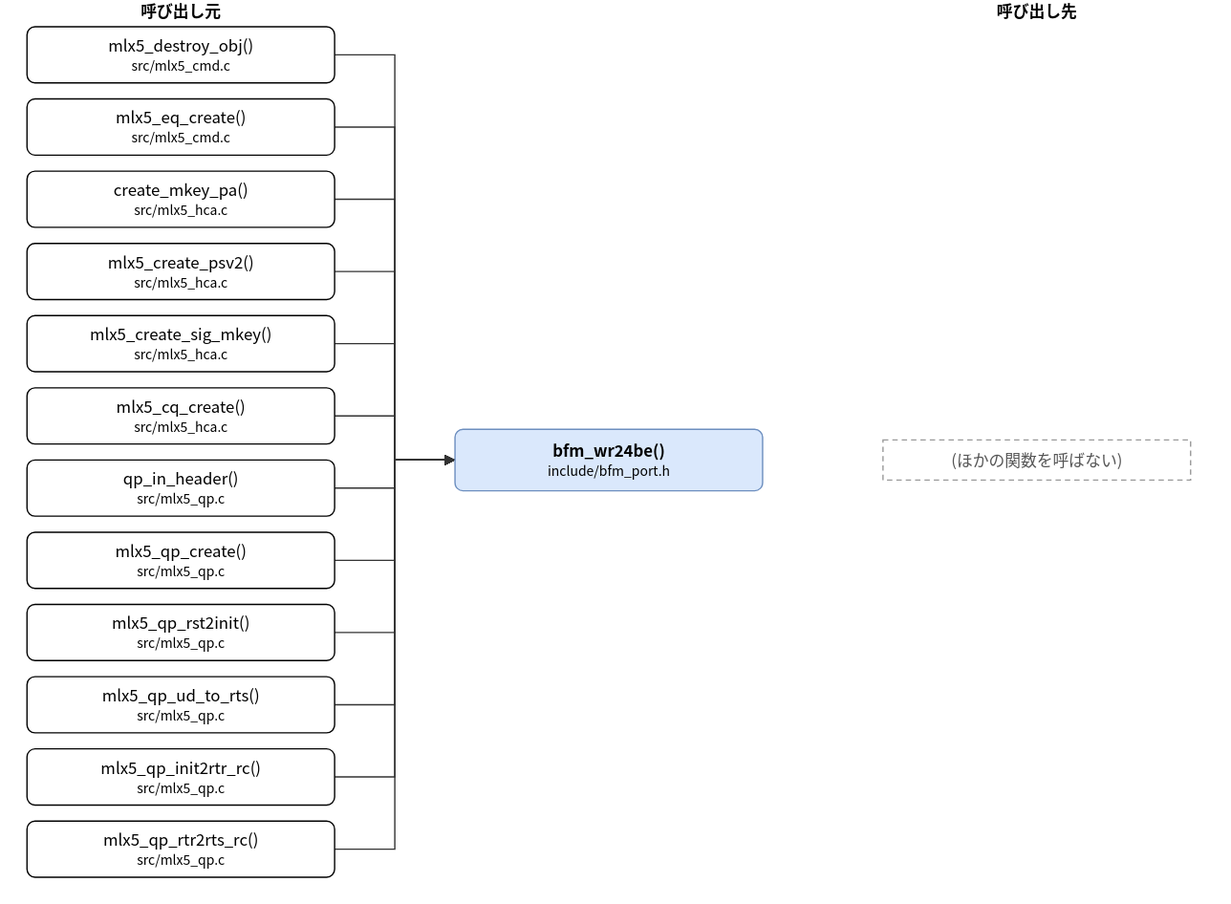
The draw.io diagram doc/spec/images/call_include_bfm_port-bfm_wr24be.drawio.svg in hf355051012-ai/bfmem, before a commit. Source tidied: cells renumbered, new cells last; positions are measured from the earlier drawing's top-left corner, leaving out a move shared by most shapes.
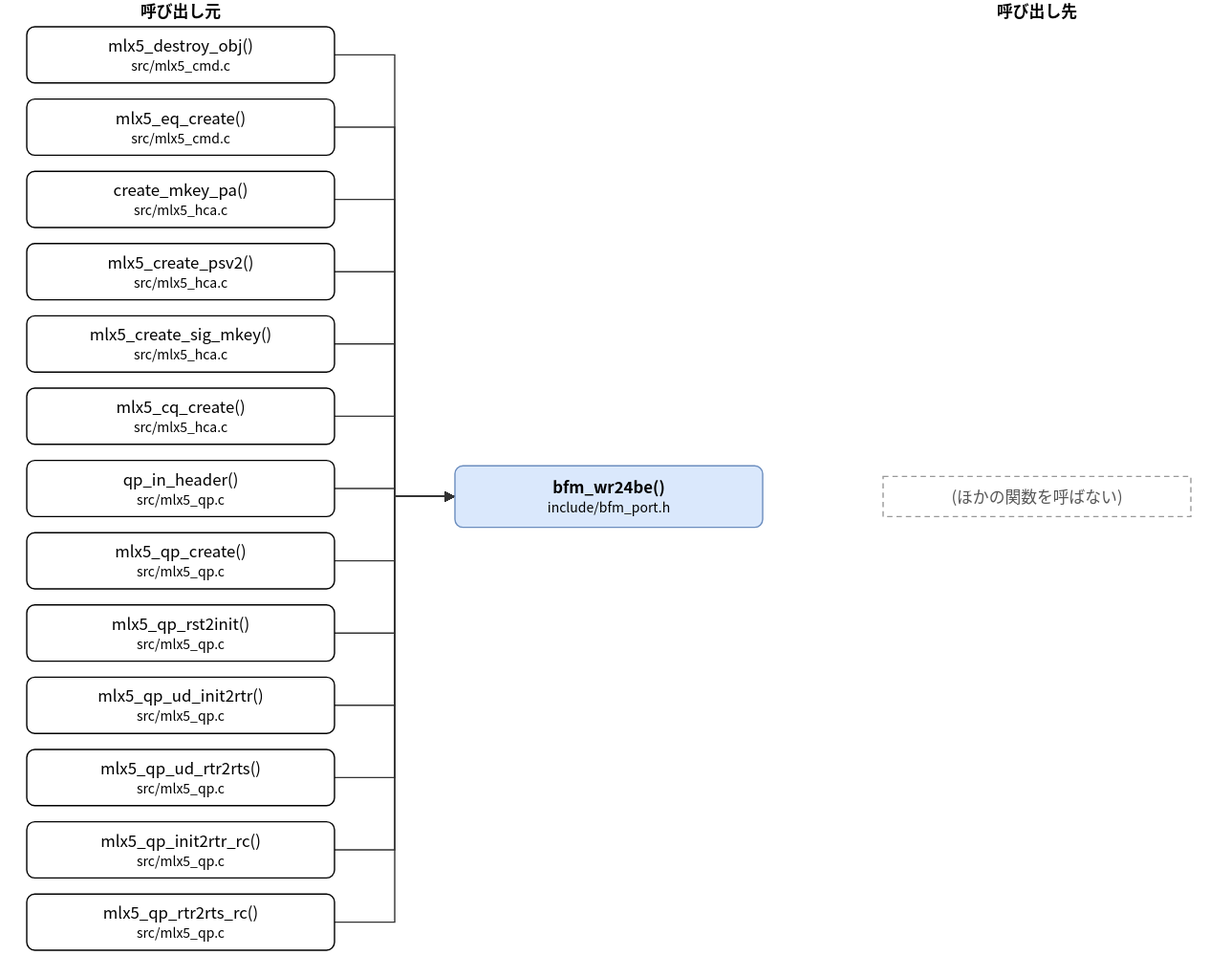
The same diagram one commit later.

Change to the diagram source:
```diff
@@ -3,7 +3,7 @@
     <mxCell id="0" />
     <mxCell id="1" parent="0" />
     <mxCell id="2" value="bfm_wr24be()&lt;br&gt;&lt;font style=&quot;font-size:10px&quot;&gt;include/bfm_port.h&lt;/font&gt;" style="rounded=1;whiteSpace=wrap;html=1;fillColor=#dae8fc;strokeColor=#6c8ebf;fontStyle=1;" parent="1" vertex="1">
-      <mxGeometry x="320" y="321" width="230" height="46" as="geometry" />
+      <mxGeometry x="320" y="348" width="230" height="46" as="geometry" />
     </mxCell>
     <mxCell id="3" value="mlx5_destroy_obj()&lt;br&gt;&lt;font style=&quot;font-size:10px&quot;&gt;src/mlx5_cmd.c&lt;/font&gt;" style="rounded=1;whiteSpace=wrap;html=1;" parent="1" vertex="1">
       <mxGeometry y="20" width="230" height="42" as="geometry" />
@@ -32,23 +32,26 @@
     <mxCell id="11" value="mlx5_qp_rst2init()&lt;br&gt;&lt;font style=&quot;font-size:10px&quot;&gt;src/mlx5_qp.c&lt;/font&gt;" style="rounded=1;whiteSpace=wrap;html=1;" parent="1" vertex="1">
       <mxGeometry y="452" width="230" height="42" as="geometry" />
     </mxCell>
-    <mxCell id="12" value="mlx5_qp_ud_to_rts()&lt;br&gt;&lt;font style=&quot;font-size:10px&quot;&gt;src/mlx5_qp.c&lt;/font&gt;" style="rounded=1;whiteSpace=wrap;html=1;" parent="1" vertex="1">
+    <mxCell id="12" value="mlx5_qp_ud_init2rtr()&lt;br&gt;&lt;font style=&quot;font-size:10px&quot;&gt;src/mlx5_qp.c&lt;/font&gt;" style="rounded=1;whiteSpace=wrap;html=1;" parent="1" vertex="1">
       <mxGeometry y="506" width="230" height="42" as="geometry" />
     </mxCell>
-    <mxCell id="13" value="mlx5_qp_init2rtr_rc()&lt;br&gt;&lt;font style=&quot;font-size:10px&quot;&gt;src/mlx5_qp.c&lt;/font&gt;" style="rounded=1;whiteSpace=wrap;html=1;" parent="1" vertex="1">
+    <mxCell id="13" value="mlx5_qp_ud_rtr2rts()&lt;br&gt;&lt;font style=&quot;font-size:10px&quot;&gt;src/mlx5_qp.c&lt;/font&gt;" style="rounded=1;whiteSpace=wrap;html=1;" parent="1" vertex="1">
       <mxGeometry y="560" width="230" height="42" as="geometry" />
     </mxCell>
-    <mxCell id="14" value="mlx5_qp_rtr2rts_rc()&lt;br&gt;&lt;font style=&quot;font-size:10px&quot;&gt;src/mlx5_qp.c&lt;/font&gt;" style="rounded=1;whiteSpace=wrap;html=1;" parent="1" vertex="1">
+    <mxCell id="14" value="mlx5_qp_init2rtr_rc()&lt;br&gt;&lt;font style=&quot;font-size:10px&quot;&gt;src/mlx5_qp.c&lt;/font&gt;" style="rounded=1;whiteSpace=wrap;html=1;" parent="1" vertex="1">
       <mxGeometry y="614" width="230" height="42" as="geometry" />
     </mxCell>
+    <mxCell id="30" value="mlx5_qp_rtr2rts_rc()&lt;br&gt;&lt;font style=&quot;font-size:10px&quot;&gt;src/mlx5_qp.c&lt;/font&gt;" style="rounded=1;whiteSpace=wrap;html=1;" parent="1" vertex="1">
+      <mxGeometry y="668" width="230" height="42" as="geometry" />
+    </mxCell>
     <mxCell id="15" value="(ほかの関数を呼ばない)" style="rounded=0;whiteSpace=wrap;html=1;dashed=1;strokeColor=#999999;fontColor=#555555;dashed=1;" parent="1" vertex="1">
-      <mxGeometry x="640" y="329" width="230" height="30" as="geometry" />
+      <mxGeometry x="640" y="356" width="230" height="30" as="geometry" />
     </mxCell>
     <mxCell id="16" style="edgeStyle=none;html=1;rounded=0;endArrow=block;endFill=1;exitX=1.0000;exitY=0.5000;exitDx=0;exitDy=0;exitPerimeter=0;entryX=0.0000;entryY=0.5000;entryDx=0;entryDy=0;entryPerimeter=0;" parent="1" edge="1" source="3" target="2">
       <mxGeometry relative="1" as="geometry">
         <Array as="points">
           <mxPoint x="275" y="41" />
-          <mxPoint x="275" y="344" />
+          <mxPoint x="275" y="371" />
         </Array>
       </mxGeometry>
     </mxCell>
@@ -56,7 +59,7 @@
       <mxGeometry relative="1" as="geometry">
         <Array as="points">
           <mxPoint x="275" y="95" />
-          <mxPoint x="275" y="344" />
+          <mxPoint x="275" y="371" />
         </Array>
       </mxGeometry>
     </mxCell>
@@ -64,7 +67,7 @@
       <mxGeometry relative="1" as="geometry">
         <Array as="points">
           <mxPoint x="275" y="149" />
-          <mxPoint x="275" y="344" />
+          <mxPoint x="275" y="371" />
         </Array>
       </mxGeometry>
     </mxCell>
@@ -72,7 +75,7 @@
       <mxGeometry relative="1" as="geometry">
         <Array as="points">
           <mxPoint x="275" y="203" />
-          <mxPoint x="275" y="344" />
+          <mxPoint x="275" y="371" />
         </Array>
       </mxGeometry>
     </mxCell>
@@ -80,7 +83,7 @@
       <mxGeometry relative="1" as="geometry">
         <Array as="points">
           <mxPoint x="275" y="257" />
-          <mxPoint x="275" y="344" />
+          <mxPoint x="275" y="371" />
         </Array>
       </mxGeometry>
     </mxCell>
@@ -88,7 +91,7 @@
       <mxGeometry relative="1" as="geometry">
         <Array as="points">
           <mxPoint x="275" y="311" />
-          <mxPoint x="275" y="344" />
+          <mxPoint x="275" y="371" />
         </Array>
       </mxGeometry>
     </mxCell>
@@ -96,7 +99,7 @@
       <mxGeometry relative="1" as="geometry">
         <Array as="points">
           <mxPoint x="275" y="365" />
-          <mxPoint x="275" y="344" />
+          <mxPoint x="275" y="371" />
         </Array>
       </mxGeometry>
     </mxCell>
@@ -104,7 +107,7 @@
       <mxGeometry relative="1" as="geometry">
         <Array as="points">
           <mxPoint x="275" y="419" />
-          <mxPoint x="275" y="344" />
+          <mxPoint x="275" y="371" />
         </Array>
       </mxGeometry>
     </mxCell>
@@ -112,7 +115,7 @@
       <mxGeometry relative="1" as="geometry">
         <Array as="points">
           <mxPoint x="275" y="473" />
-          <mxPoint x="275" y="344" />
+          <mxPoint x="275" y="371" />
         </Array>
       </mxGeometry>
     </mxCell>
@@ -120,7 +123,7 @@
       <mxGeometry relative="1" as="geometry">
         <Array as="points">
           <mxPoint x="275" y="527" />
-          <mxPoint x="275" y="344" />
+          <mxPoint x="275" y="371" />
         </Array>
       </mxGeometry>
     </mxCell>
@@ -128,7 +131,7 @@
       <mxGeometry relative="1" as="geometry">
         <Array as="points">
           <mxPoint x="275" y="581" />
-          <mxPoint x="275" y="344" />
+          <mxPoint x="275" y="371" />
         </Array>
       </mxGeometry>
     </mxCell>
@@ -136,10 +139,18 @@
       <mxGeometry relative="1" as="geometry">
         <Array as="points">
           <mxPoint x="275" y="635" />
-          <mxPoint x="275" y="344" />
+          <mxPoint x="275" y="371" />
         </Array>
       </mxGeometry>
     </mxCell>
+    <mxCell id="31" style="edgeStyle=none;html=1;rounded=0;endArrow=block;endFill=1;exitX=1.0000;exitY=0.5000;exitDx=0;exitDy=0;exitPerimeter=0;entryX=0.0000;entryY=0.5000;entryDx=0;entryDy=0;entryPerimeter=0;" parent="1" edge="1" source="30" target="2">
+      <mxGeometry relative="1" as="geometry">
+        <Array as="points">
+          <mxPoint x="275" y="689" />
+          <mxPoint x="275" y="371" />
+        </Array>
+      </mxGeometry>
+    </mxCell>
     <mxCell id="28" value="呼び出し元" style="text;html=1;align=center;fontStyle=1;" parent="1" vertex="1">
       <mxGeometry x="35" width="160" height="18" as="geometry" />
     </mxCell>
```
